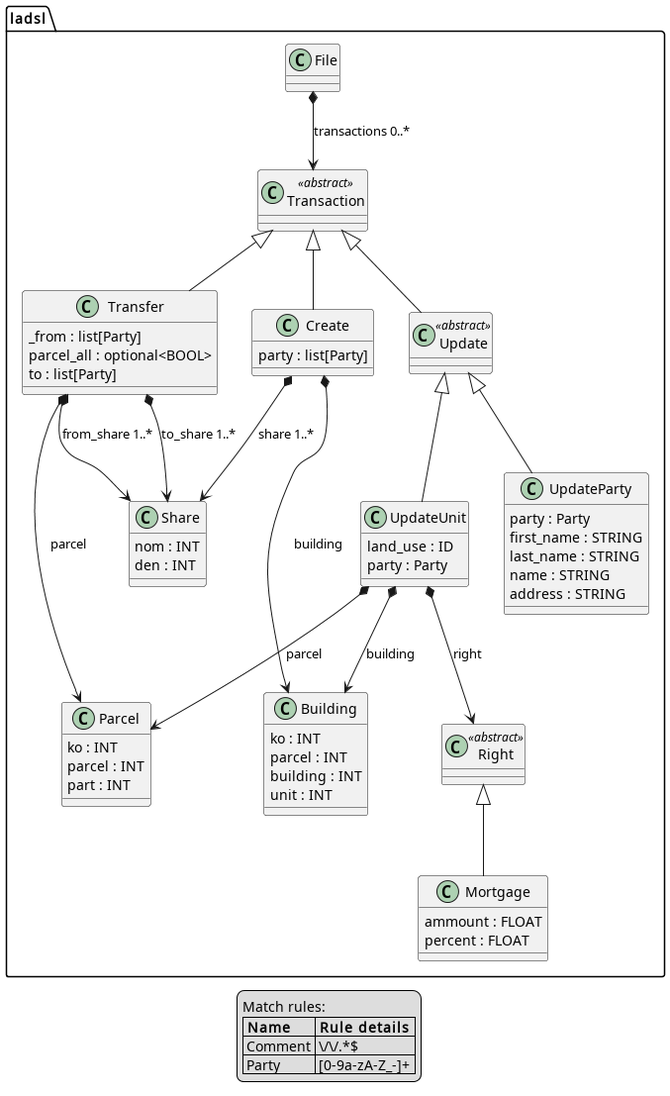
The PlantUML diagram ladsl/ladsl.png in djordjeprzulj/ladsl, before a commit.
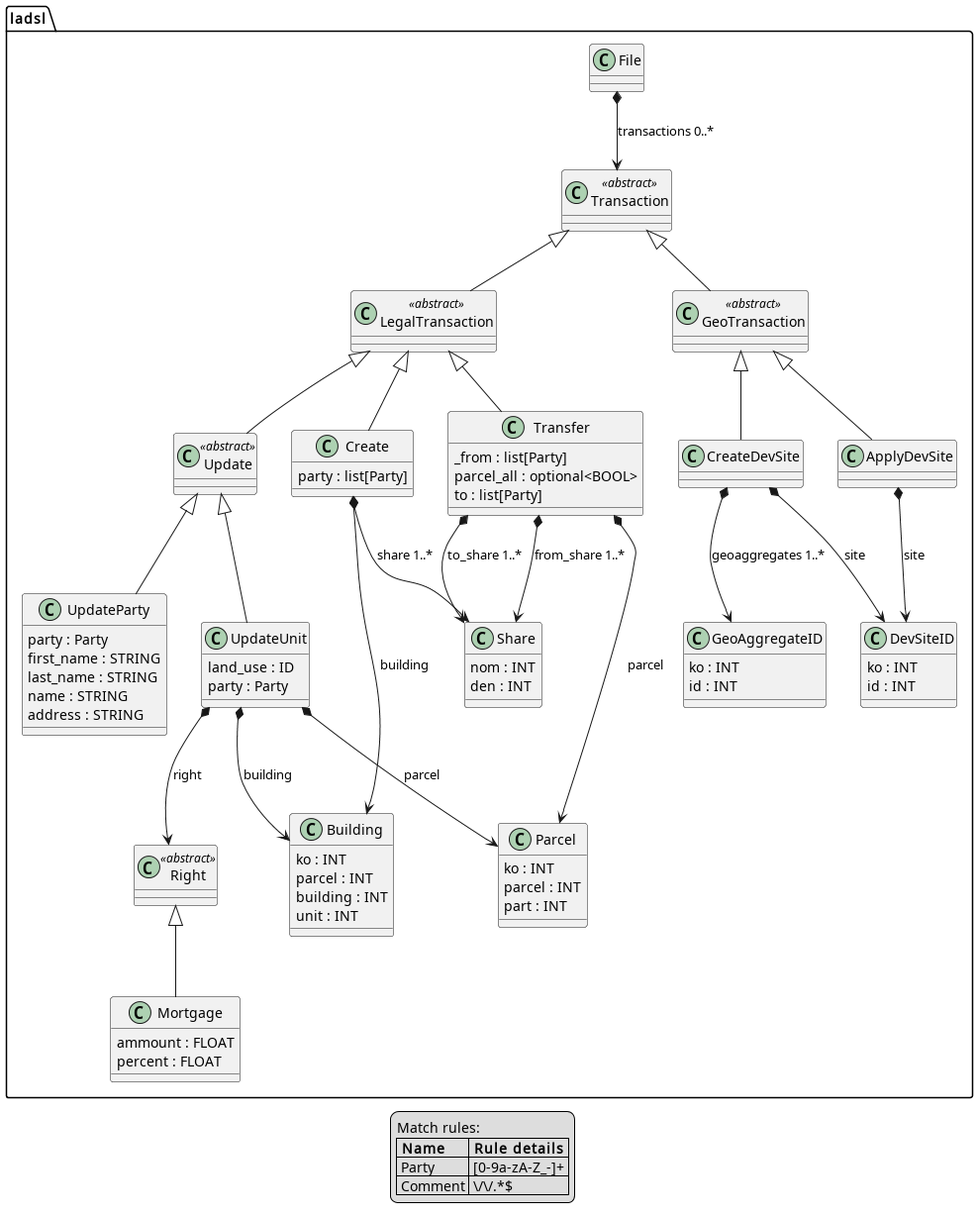
Above is the later version.

Diff of the diagram source:
```diff
@@ -7,6 +7,14 @@
 
 
 class ladsl.Transaction <<abstract>> {
+}
+
+
+class ladsl.LegalTransaction <<abstract>> {
+}
+
+
+class ladsl.GeoTransaction <<abstract>> {
 }
 
 
@@ -72,10 +80,34 @@
 }
 
 
+class ladsl.CreateDevSite  {
+}
+
+
+class ladsl.ApplyDevSite  {
+}
+
+
+class ladsl.DevSiteID  {
+  ko : INT
+  id : INT
+}
+
+
+class ladsl.GeoAggregateID  {
+  ko : INT
+  id : INT
+}
+
+
 ladsl.File *--> ladsl.Transaction: transactions 0..*
-ladsl.Transaction <|-- ladsl.Transfer
-ladsl.Transaction <|-- ladsl.Update
-ladsl.Transaction <|-- ladsl.Create
+ladsl.Transaction <|-- ladsl.LegalTransaction
+ladsl.Transaction <|-- ladsl.GeoTransaction
+ladsl.LegalTransaction <|-- ladsl.Transfer
+ladsl.LegalTransaction <|-- ladsl.Update
+ladsl.LegalTransaction <|-- ladsl.Create
+ladsl.GeoTransaction <|-- ladsl.CreateDevSite
+ladsl.GeoTransaction <|-- ladsl.ApplyDevSite
 ladsl.Transfer *--> ladsl.Parcel: parcel
 ladsl.Transfer *--> ladsl.Share: from_share 1..*
 ladsl.Transfer *--> ladsl.Share: to_share 1..*
@@ -87,12 +119,15 @@
 ladsl.Right <|-- ladsl.Mortgage
 ladsl.Create *--> ladsl.Building: building
 ladsl.Create *--> ladsl.Share: share 1..*
+ladsl.CreateDevSite *--> ladsl.DevSiteID: site
+ladsl.CreateDevSite *--> ladsl.GeoAggregateID: geoaggregates 1..*
+ladsl.ApplyDevSite *--> ladsl.DevSiteID: site
 
 legend
   Match rules:
   |= Name  |= Rule details |
+  | Party | [0-9a-zA-Z_-]+ |
   | Comment | \\/\\/.*$ |
-  | Party | [0-9a-zA-Z_-]+ |
 end legend
 
 @enduml
```
